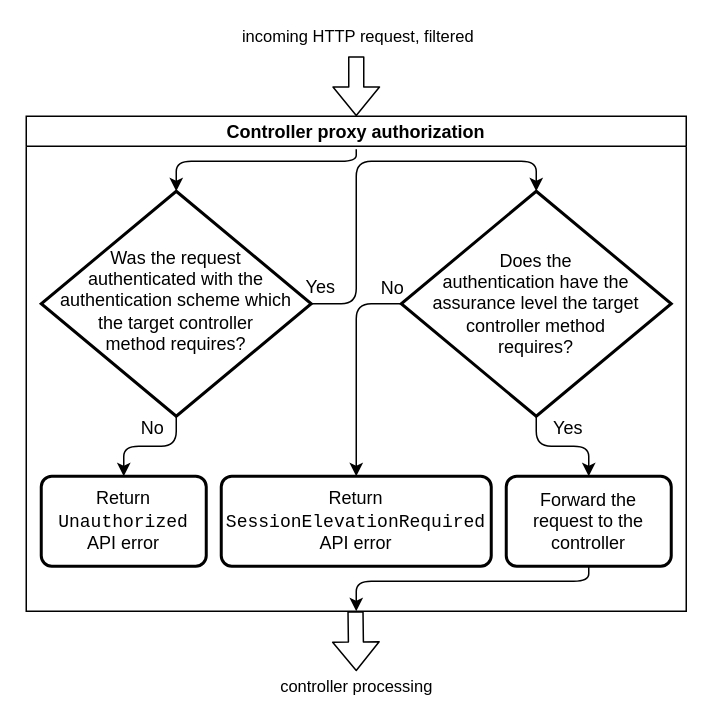
The draw.io diagram src/figures/controller-authorization.drawio in luczsoma/msc-thesis, before the edit. Source tidied: cells renumbered, new cells numbered last; positions are measured from the earlier drawing's top-left corner, leaving out a move shared by most shapes. Both pictures are drawn from the tidied source at 150%, with x=0, y=0 at pixel (26, 56).
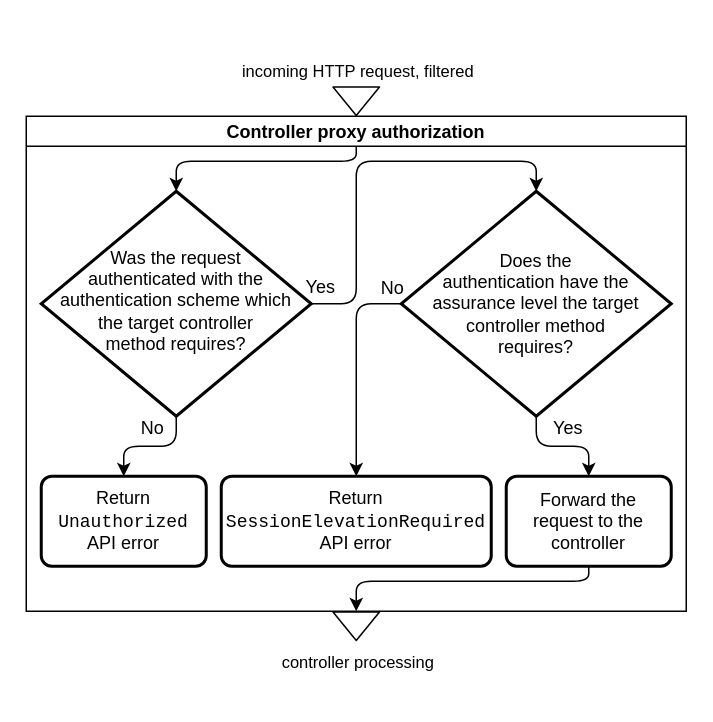
After the change.

The change refers to these unchanged cells:
```xml
<mxCell id="7" value="Controller proxy authorization" style="swimlane;startSize=20;" parent="1" vertex="1">
  <mxGeometry y="40" width="440" height="330" as="geometry" />
</mxCell>
<mxCell id="10" value="Was the request&lt;br&gt;authenticated with the authentication scheme which&lt;br&gt;the target controller&lt;br&gt;method requires?" style="strokeWidth=2;html=1;shape=mxgraph.flowchart.decision;whiteSpace=wrap;spacingBottom=5;spacingTop=0;spacingLeft=0;spacingRight=0;" parent="7" vertex="1">
  <mxGeometry x="10" y="50" width="180" height="150" as="geometry" />
</mxCell>
```

The edit, as a diff of the source:
```diff
@@
     <mxCell id="3" style="shape=flexArrow;endArrow=classic;html=1;entryX=0.5;entryY=0;entryDx=0;entryDy=0;" parent="1" edge="1">
       <mxGeometry relative="1" as="geometry">
-        <mxPoint x="220" as="sourcePoint" />
+        <mxPoint x="220" y="20" as="sourcePoint" />
         <mxPoint x="220" y="40" as="targetPoint" />
       </mxGeometry>
     </mxCell>
     <mxCell id="4" value="incoming HTTP request, filtered" style="edgeLabel;html=1;align=center;verticalAlign=middle;" parent="3" vertex="1">
       <mxGeometry x="-0.6" y="1" relative="1" as="geometry">
-        <mxPoint x="-1" y="-22" as="offset" />
+        <mxPoint x="-1" y="-15" as="offset" />
       </mxGeometry>
     </mxCell>
-    <mxCell id="5" style="shape=flexArrow;endArrow=classic;html=1;" parent="1" edge="1">
+    <mxCell id="5" style="shape=flexArrow;endArrow=classic;html=1;exitX=0.5;exitY=1;exitDx=0;exitDy=0;" parent="1" edge="1" source="7">
       <mxGeometry relative="1" as="geometry">
-        <mxPoint x="219.5" y="370" as="sourcePoint" />
-        <mxPoint x="220" y="410" as="targetPoint" />
+        <mxPoint x="220" y="390" as="targetPoint" />
       </mxGeometry>
     </mxCell>
     <mxCell id="6" value="controller processing" style="edgeLabel;html=1;align=center;verticalAlign=middle;" parent="5" vertex="1">
       <mxGeometry x="-0.6" y="1" relative="1" as="geometry">
-        <mxPoint x="-0.6" y="42" as="offset" />
+        <mxPoint x="-0.6" y="29" as="offset" />
       </mxGeometry>
     </mxCell>
@@
     <mxCell id="11" style="endArrow=classic;html=1;entryX=0.5;entryY=0;entryDx=0;entryDy=0;entryPerimeter=0;" parent="7" edge="1" target="10">
       <mxGeometry relative="1" as="geometry">
-        <mxPoint x="220" y="22" as="sourcePoint" />
+        <mxPoint x="220" y="20" as="sourcePoint" />
         <Array as="points">
           <mxPoint x="220" y="30" />
           <mxPoint x="100" y="30" />
         </Array>
       </mxGeometry>
     </mxCell>
```
